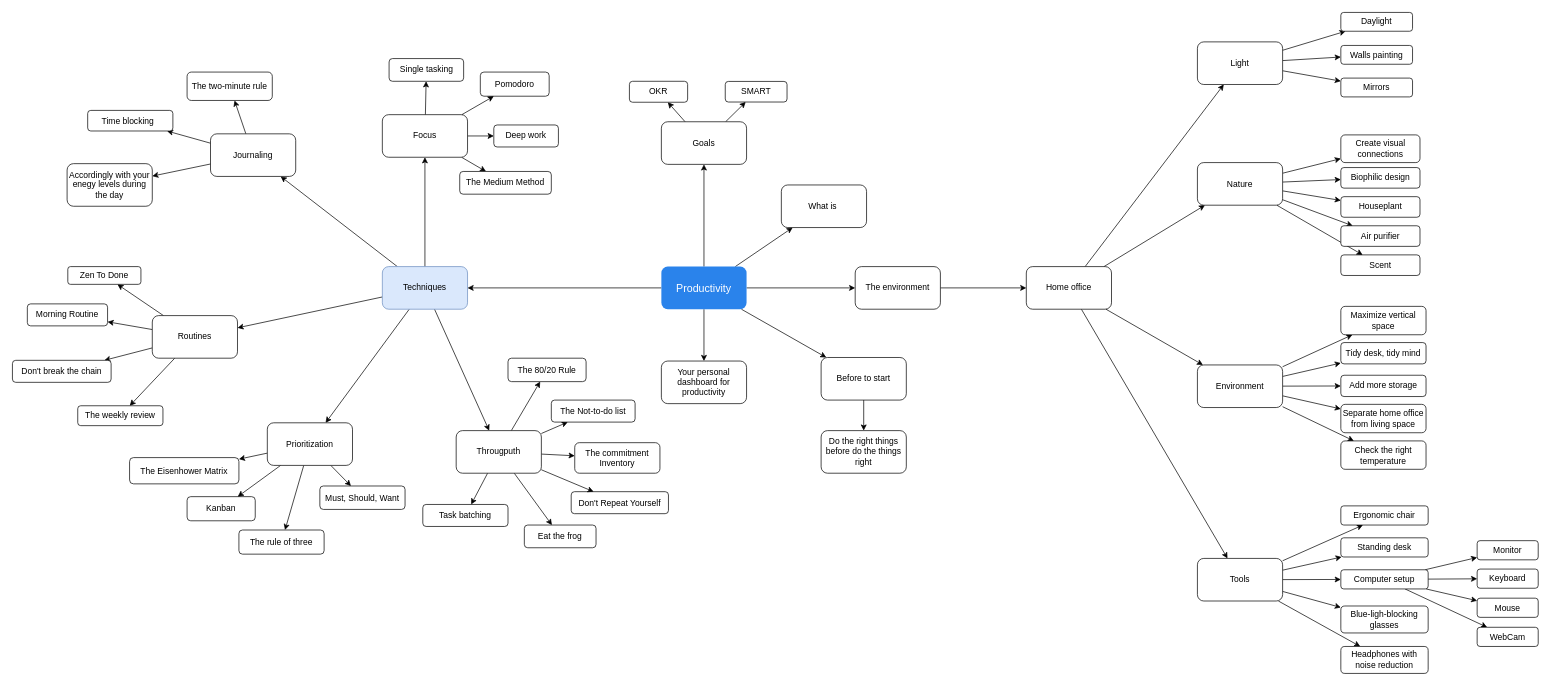
Above: page "Productivity" (2 of 4) of Wellbeing.drawio in alfonsograziano/personal-blog (draw.io), before the change. Source tidied: cells renumbered, new cells numbered last; positions are measured from the earlier drawing's top-left corner, leaving out a move shared by most shapes. Both pictures are drawn from the tidied source at 71%, with x=0, y=0 at pixel (12, 12).
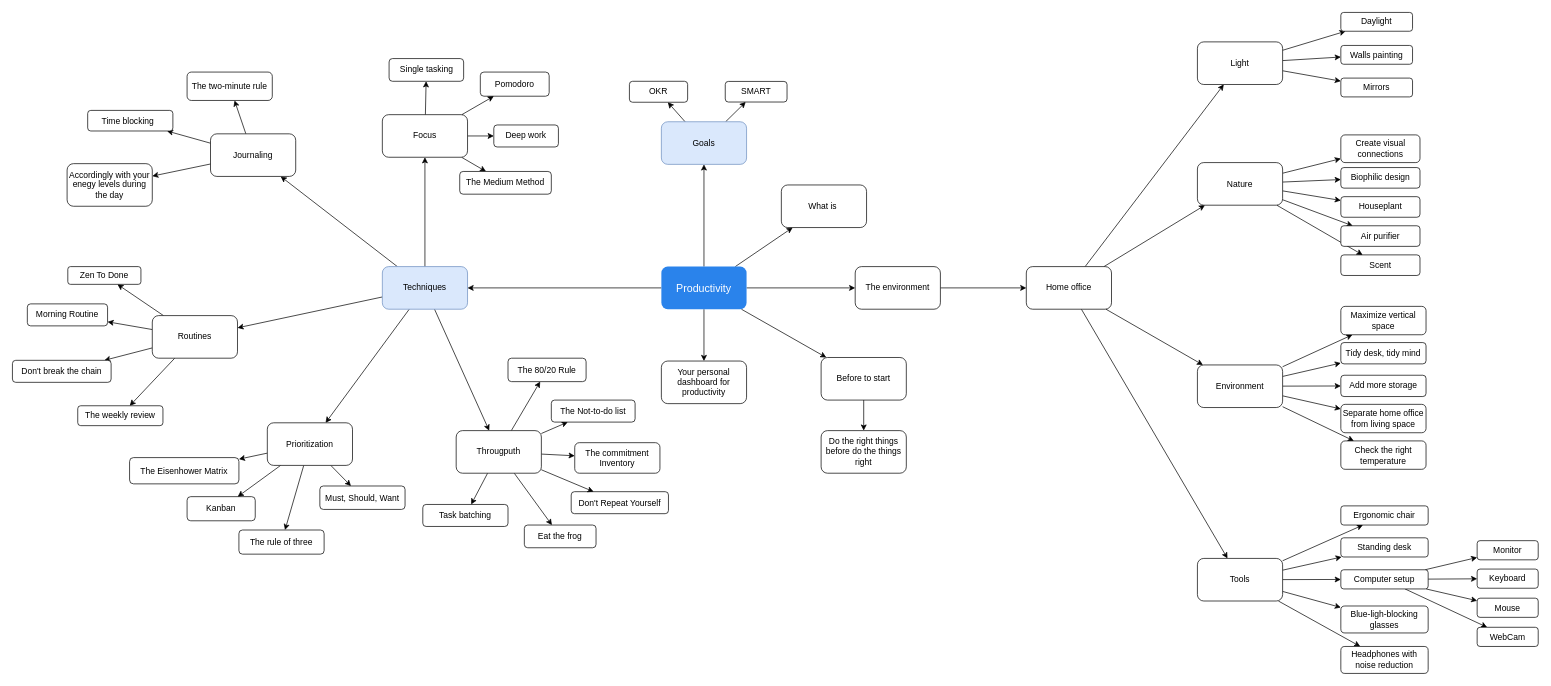
The same page after the edit.

The edit, as a diff of the source:
```diff
@@
-    <mxCell id="41" value="Goals" style="rounded=1;whiteSpace=wrap;html=1;" parent="1" vertex="1">
+    <mxCell id="41" value="Goals" style="rounded=1;whiteSpace=wrap;html=1;fillColor=#dae8fc;strokeColor=#6c8ebf;" parent="1" vertex="1">
       <mxGeometry x="914" y="154" width="120" height="60" as="geometry" />
     </mxCell>
```
